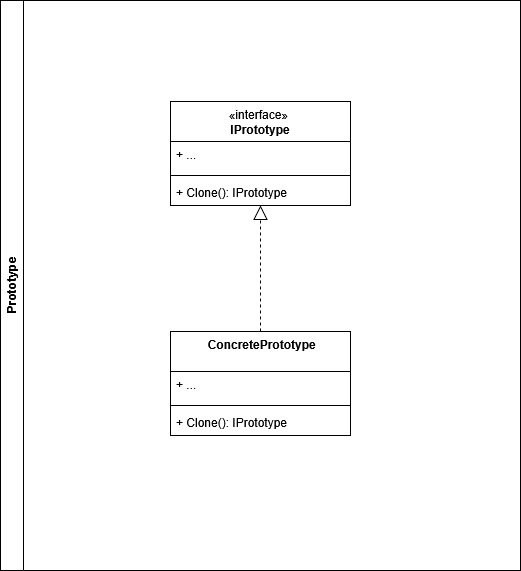
Before: creationals/resources/prototype_components.drawio.png, a diagram exported from draw.io (devgalop/design-patterns-csharp). Source tidied: cells renumbered, new cells last; positions are measured from the earlier drawing's top-left corner, leaving out a move shared by most shapes. Source of this version:
```xml
<mxGraphModel>
  <root>
    <mxCell id="0" />
    <mxCell id="1" parent="0" />
    <mxCell id="2" value="Prototype" style="swimlane;horizontal=0;whiteSpace=wrap;html=1;" parent="1" vertex="1">
      <mxGeometry width="520" height="570" as="geometry" />
    </mxCell>
    <mxCell id="3" value="&lt;span style=&quot;font-weight: normal;&quot;&gt;«interface»&amp;nbsp;&lt;br&gt;&lt;b&gt;IPrototype&lt;/b&gt;&lt;/span&gt;" style="swimlane;fontStyle=1;align=center;verticalAlign=top;horizontal=1;startSize=40;whiteSpace=wrap;html=1;" parent="2" vertex="1">
      <mxGeometry x="170" y="101" width="180" height="104" as="geometry" />
    </mxCell>
    <mxCell id="4" value="+ ..." style="text;strokeColor=none;fillColor=none;align=left;verticalAlign=top;spacingLeft=4;spacingRight=4;overflow=hidden;whiteSpace=wrap;html=1;" parent="3" vertex="1">
      <mxGeometry y="40" width="180" height="30" as="geometry" />
    </mxCell>
    <mxCell id="5" style="line;strokeWidth=1;fillColor=none;align=left;verticalAlign=middle;spacingTop=-1;spacingLeft=3;spacingRight=3;labelPosition=right;strokeColor=inherit;" parent="3" vertex="1">
      <mxGeometry y="70" width="180" height="8" as="geometry" />
    </mxCell>
    <mxCell id="6" value="+ Clone(): IPrototype" style="text;strokeColor=none;fillColor=none;align=left;verticalAlign=top;spacingLeft=4;spacingRight=4;overflow=hidden;whiteSpace=wrap;html=1;" parent="3" vertex="1">
      <mxGeometry y="78" width="180" height="26" as="geometry" />
    </mxCell>
    <mxCell id="7" style="endArrow=block;dashed=1;endFill=0;endSize=12;html=1;rounded=0;" parent="2" edge="1" source="8" target="3">
      <mxGeometry relative="1" as="geometry" />
    </mxCell>
    <mxCell id="8" value="&lt;span style=&quot;font-weight: normal;&quot;&gt;&amp;nbsp;&lt;b&gt;ConcretePrototype&lt;/b&gt;&lt;/span&gt;" style="swimlane;fontStyle=1;align=center;verticalAlign=top;horizontal=1;startSize=40;whiteSpace=wrap;html=1;" parent="2" vertex="1">
      <mxGeometry x="170" y="331" width="180" height="104" as="geometry" />
    </mxCell>
    <mxCell id="9" value="+ ..." style="text;strokeColor=none;fillColor=none;align=left;verticalAlign=top;spacingLeft=4;spacingRight=4;overflow=hidden;whiteSpace=wrap;html=1;" parent="8" vertex="1">
      <mxGeometry y="40" width="180" height="30" as="geometry" />
    </mxCell>
    <mxCell id="10" style="line;strokeWidth=1;fillColor=none;align=left;verticalAlign=middle;spacingTop=-1;spacingLeft=3;spacingRight=3;labelPosition=right;strokeColor=inherit;" parent="8" vertex="1">
      <mxGeometry y="70" width="180" height="8" as="geometry" />
    </mxCell>
    <mxCell id="11" value="+ Clone(): IPrototype" style="text;strokeColor=none;fillColor=none;align=left;verticalAlign=top;spacingLeft=4;spacingRight=4;overflow=hidden;whiteSpace=wrap;html=1;" parent="8" vertex="1">
      <mxGeometry y="78" width="180" height="26" as="geometry" />
    </mxCell>
  </root>
</mxGraphModel>
```
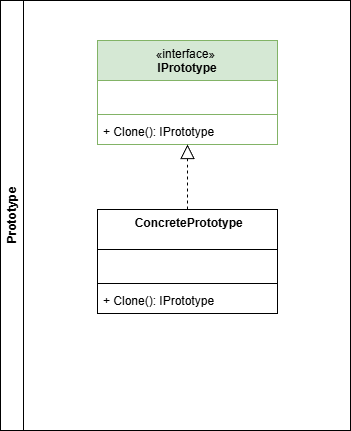
After the commit.

Diff of the diagram source:
```diff
@@ -1,14 +1,14 @@
-<mxGraphModel>
+<mxGraphModel background="#ffffff">
   <root>
     <mxCell id="0" />
     <mxCell id="1" parent="0" />
     <mxCell id="2" value="Prototype" style="swimlane;horizontal=0;whiteSpace=wrap;html=1;" parent="1" vertex="1">
-      <mxGeometry width="520" height="570" as="geometry" />
+      <mxGeometry width="350" height="430" as="geometry" />
     </mxCell>
-    <mxCell id="3" value="&lt;span style=&quot;font-weight: normal;&quot;&gt;«interface»&amp;nbsp;&lt;br&gt;&lt;b&gt;IPrototype&lt;/b&gt;&lt;/span&gt;" style="swimlane;fontStyle=1;align=center;verticalAlign=top;horizontal=1;startSize=40;whiteSpace=wrap;html=1;" parent="2" vertex="1">
-      <mxGeometry x="170" y="101" width="180" height="104" as="geometry" />
+    <mxCell id="3" value="&lt;span style=&quot;font-weight: normal;&quot;&gt;«interface»&amp;nbsp;&lt;br&gt;&lt;b&gt;IPrototype&lt;/b&gt;&lt;/span&gt;" style="swimlane;fontStyle=1;align=center;verticalAlign=top;horizontal=1;startSize=40;whiteSpace=wrap;html=1;fillColor=#d5e8d4;strokeColor=#82b366;" parent="2" vertex="1">
+      <mxGeometry x="97" y="40" width="180" height="104" as="geometry" />
     </mxCell>
-    <mxCell id="4" value="+ ..." style="text;strokeColor=none;fillColor=none;align=left;verticalAlign=top;spacingLeft=4;spacingRight=4;overflow=hidden;whiteSpace=wrap;html=1;" parent="3" vertex="1">
+    <mxCell id="4" value="&amp;nbsp;" style="text;strokeColor=none;fillColor=none;align=left;verticalAlign=top;spacingLeft=4;spacingRight=4;overflow=hidden;whiteSpace=wrap;html=1;" parent="3" vertex="1">
       <mxGeometry y="40" width="180" height="30" as="geometry" />
     </mxCell>
     <mxCell id="5" style="line;strokeWidth=1;fillColor=none;align=left;verticalAlign=middle;spacingTop=-1;spacingLeft=3;spacingRight=3;labelPosition=right;strokeColor=inherit;" parent="3" vertex="1">
@@ -21,9 +21,9 @@
       <mxGeometry relative="1" as="geometry" />
     </mxCell>
     <mxCell id="8" value="&lt;span style=&quot;font-weight: normal;&quot;&gt;&amp;nbsp;&lt;b&gt;ConcretePrototype&lt;/b&gt;&lt;/span&gt;" style="swimlane;fontStyle=1;align=center;verticalAlign=top;horizontal=1;startSize=40;whiteSpace=wrap;html=1;" parent="2" vertex="1">
-      <mxGeometry x="170" y="331" width="180" height="104" as="geometry" />
+      <mxGeometry x="97" y="209" width="180" height="104" as="geometry" />
     </mxCell>
-    <mxCell id="9" value="+ ..." style="text;strokeColor=none;fillColor=none;align=left;verticalAlign=top;spacingLeft=4;spacingRight=4;overflow=hidden;whiteSpace=wrap;html=1;" parent="8" vertex="1">
+    <mxCell id="9" value="&amp;nbsp;" style="text;strokeColor=none;fillColor=none;align=left;verticalAlign=top;spacingLeft=4;spacingRight=4;overflow=hidden;whiteSpace=wrap;html=1;" parent="8" vertex="1">
       <mxGeometry y="40" width="180" height="30" as="geometry" />
     </mxCell>
     <mxCell id="10" style="line;strokeWidth=1;fillColor=none;align=left;verticalAlign=middle;spacingTop=-1;spacingLeft=3;spacingRight=3;labelPosition=right;strokeColor=inherit;" parent="8" vertex="1">
```
